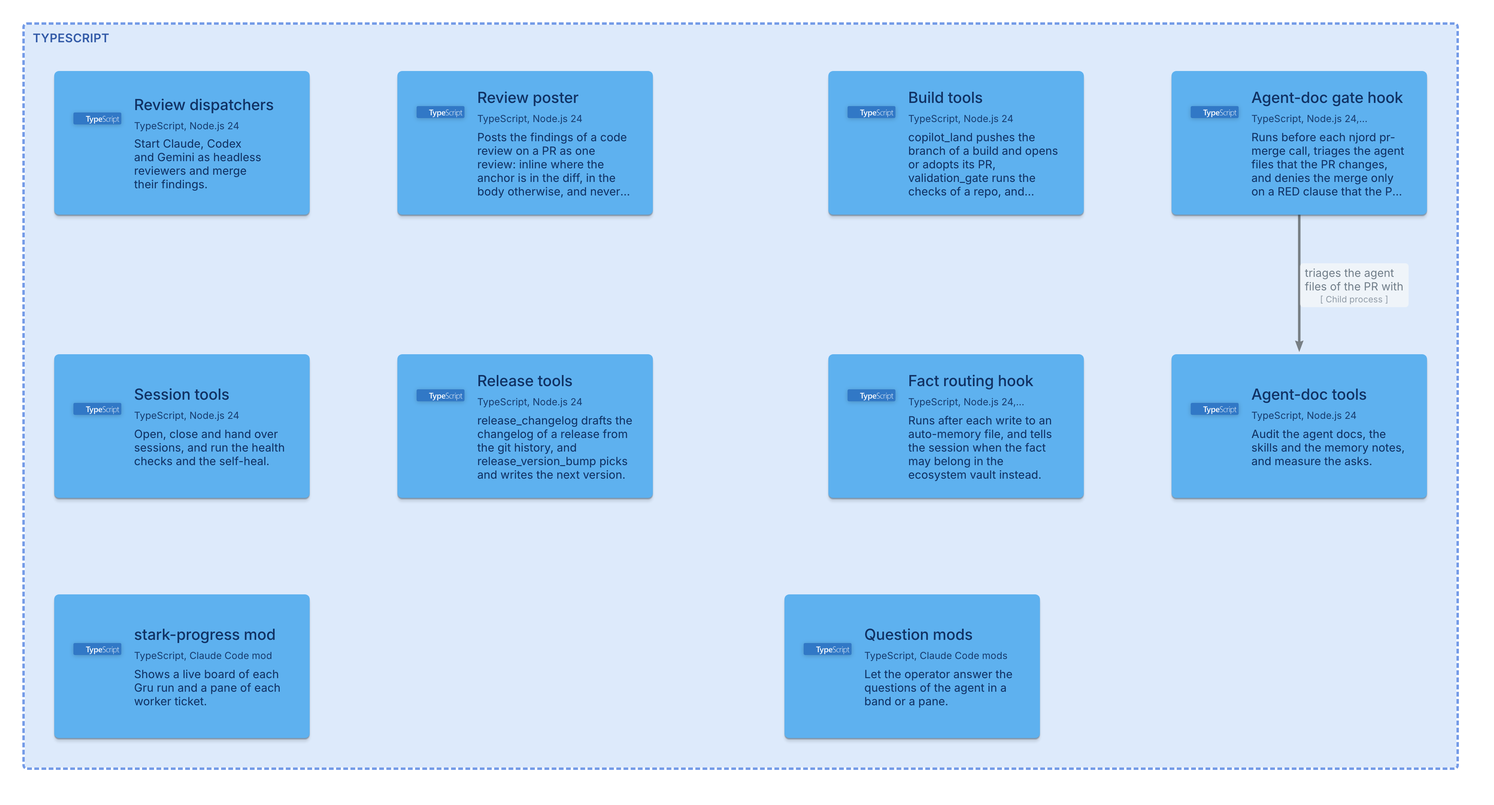
Before: docs/architecture/generated/png/stack.png, a diagram exported from Mermaid (21StarkCom/bifrost). Its source is kept beside it as docs/architecture/generated/mermaid/stack.mmd. Its diagram source:
```mermaid
---
title: "Tech stack"
---
graph TB
  subgraph _gr1["`TypeScript`"]
    _gr1.BifrostDispatchers@{ shape: rectangle, label: "Review dispatchers" }
    _gr1.BifrostReviewPoster@{ shape: rectangle, label: "Review poster" }
    _gr1.BifrostBuildTools@{ shape: rectangle, label: "Build tools" }
    _gr1.BifrostSessionTools@{ shape: rectangle, label: "Session tools" }
    _gr1.BifrostReleaseTools@{ shape: rectangle, label: "Release tools" }
    _gr1.BifrostGateHook@{ shape: rectangle, label: "Agent-doc gate hook" }
    _gr1.BifrostDocTools@{ shape: rectangle, label: "Agent-doc tools" }
    _gr1.BifrostFactHook@{ shape: rectangle, label: "Fact routing hook" }
    _gr1.BifrostProgressMod@{ shape: rectangle, label: "stark-progress mod" }
    _gr1.BifrostQuestionMods@{ shape: rectangle, label: "Question mods" }
  end
  _gr1.BifrostGateHook -- "`triages the agent files of the PR with`" --> _gr1.BifrostDocTools
  classDef c4_container fill:#5EB1EF,stroke:#2a8bc6,color:#000000
  class _gr1.BifrostDispatchers,_gr1.BifrostReviewPoster,_gr1.BifrostBuildTools,_gr1.BifrostSessionTools,_gr1.BifrostReleaseTools,_gr1.BifrostGateHook,_gr1.BifrostDocTools,_gr1.BifrostFactHook,_gr1.BifrostProgressMod,_gr1.BifrostQuestionMods c4_container
  linkStyle 0 stroke:#8D8D8D
```
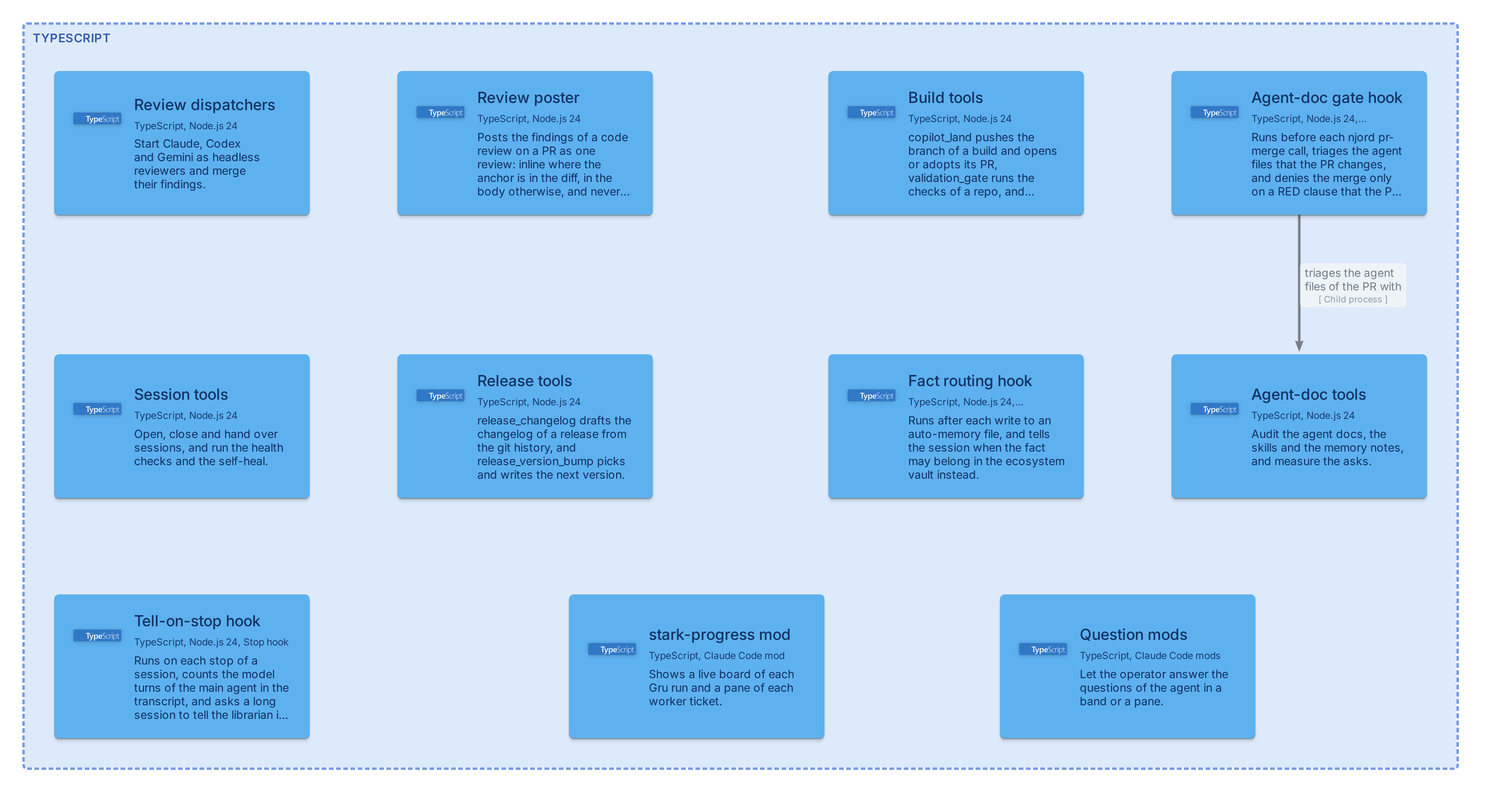
After the commit.

The edit, as a diff of the source:
```diff
@@ -11,10 +11,11 @@
     _gr1.BifrostGateHook@{ shape: rectangle, label: "Agent-doc gate hook" }
     _gr1.BifrostDocTools@{ shape: rectangle, label: "Agent-doc tools" }
     _gr1.BifrostFactHook@{ shape: rectangle, label: "Fact routing hook" }
+    _gr1.BifrostStopHook@{ shape: rectangle, label: "Tell-on-stop hook" }
     _gr1.BifrostProgressMod@{ shape: rectangle, label: "stark-progress mod" }
     _gr1.BifrostQuestionMods@{ shape: rectangle, label: "Question mods" }
   end
   _gr1.BifrostGateHook -- "`triages the agent files of the PR with`" --> _gr1.BifrostDocTools
   classDef c4_container fill:#5EB1EF,stroke:#2a8bc6,color:#000000
-  class _gr1.BifrostDispatchers,_gr1.BifrostReviewPoster,_gr1.BifrostBuildTools,_gr1.BifrostSessionTools,_gr1.BifrostReleaseTools,_gr1.BifrostGateHook,_gr1.BifrostDocTools,_gr1.BifrostFactHook,_gr1.BifrostProgressMod,_gr1.BifrostQuestionMods c4_container
+  class _gr1.BifrostDispatchers,_gr1.BifrostReviewPoster,_gr1.BifrostBuildTools,_gr1.BifrostSessionTools,_gr1.BifrostReleaseTools,_gr1.BifrostGateHook,_gr1.BifrostDocTools,_gr1.BifrostFactHook,_gr1.BifrostStopHook,_gr1.BifrostProgressMod,_gr1.BifrostQuestionMods c4_container
   linkStyle 0 stroke:#8D8D8D
```
